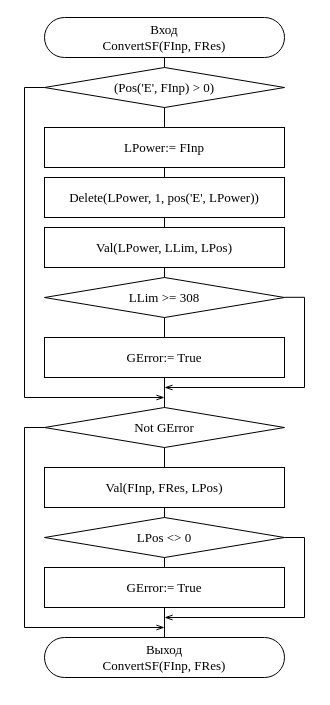
Hummel009/Delphi-Projects keeps this draw.io diagram as page "ConvertSF" (6 of 17) of OAiP/Course/Scheme/Alg.drawio. Above is the earlier version. Source tidied: cells renumbered, new cells numbered last; positions are measured from the earlier drawing's top-left corner, leaving out a move shared by most shapes. Both pictures are drawn from the tidied source at 100%, with x=0, y=0 at pixel (24, 17).
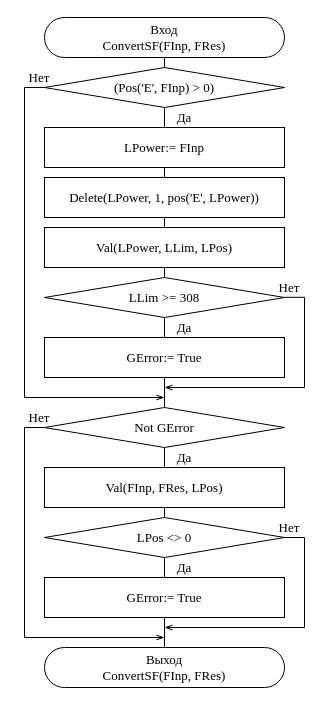
After the change.

Unchanged cells that the change refers to:
```xml
<mxCell id="14" value="Not GError" style="rhombus;whiteSpace=wrap;html=1;rounded=0;strokeWidth=1;fontFamily=Times New Roman;fontSize=13;" parent="1" vertex="1">
  <mxGeometry x="20" y="390" width="240" height="40" as="geometry" />
</mxCell>
<mxCell id="15" value="LPos &amp;lt;&amp;gt; 0" style="rhombus;whiteSpace=wrap;html=1;rounded=0;strokeWidth=1;fontFamily=Times New Roman;fontSize=13;" parent="1" vertex="1">
  <mxGeometry x="20" y="500" width="240" height="40" as="geometry" />
</mxCell>
```

The edit, as a diff of the source:
```diff
@@
     <mxCell id="7" value="&lt;span style=&quot;font-size: 13px&quot;&gt;Выход&lt;/span&gt;&lt;br style=&quot;font-size: 13px&quot;&gt;ConvertSF(FInp, FRes)" style="rounded=1;whiteSpace=wrap;html=1;arcSize=50;fontFamily=Times New Roman;fontSize=13;" parent="1" vertex="1">
-      <mxGeometry x="20" y="620" width="240" height="40" as="geometry" />
+      <mxGeometry x="20" y="630" width="240" height="40" as="geometry" />
     </mxCell>
@@
     <mxCell id="16" value="GError:= True" style="rounded=0;whiteSpace=wrap;html=1;fontSize=13;fontFamily=Times New Roman;" parent="1" vertex="1">
-      <mxGeometry x="20" y="550" width="240" height="40" as="geometry" />
+      <mxGeometry x="20" y="560" width="240" height="40" as="geometry" />
     </mxCell>
     <mxCell id="17" style="endArrow=openThin;html=1;fontFamily=Courier New;fontSize=13;endFill=0;exitX=1;exitY=0.5;exitDx=0;exitDy=0;rounded=0;edgeStyle=orthogonalEdgeStyle;" parent="1" edge="1" source="15">
       <mxGeometry relative="1" as="geometry">
-        <mxPoint x="140" y="600" as="targetPoint" />
+        <mxPoint x="140" y="610" as="targetPoint" />
         <Array as="points">
           <mxPoint x="280" y="520" />
-          <mxPoint x="280" y="600" />
-          <mxPoint x="140" y="600" />
+          <mxPoint x="280" y="610" />
+          <mxPoint x="140" y="610" />
         </Array>
       </mxGeometry>
     </mxCell>
     <mxCell id="18" style="endArrow=openThin;html=1;fontFamily=Courier New;fontSize=13;endFill=0;exitX=0;exitY=0.5;exitDx=0;exitDy=0;rounded=0;edgeStyle=orthogonalEdgeStyle;" parent="1" edge="1" source="14">
       <mxGeometry relative="1" as="geometry">
-        <mxPoint x="140" y="610" as="targetPoint" />
+        <mxPoint x="140" y="620" as="targetPoint" />
         <Array as="points">
           <mxPoint y="410" />
-          <mxPoint y="610" />
-          <mxPoint x="140" y="610" />
+          <mxPoint y="620" />
+          <mxPoint x="140" y="620" />
         </Array>
       </mxGeometry>
     </mxCell>
+    <mxCell id="19" value="Да" style="text;html=1;strokeColor=none;fillColor=none;align=center;verticalAlign=middle;whiteSpace=wrap;rounded=0;fontSize=13;fontFamily=Times New Roman;" parent="1" vertex="1">
+      <mxGeometry x="140" y="90" width="40" height="20" as="geometry" />
+    </mxCell>
+    <mxCell id="20" value="Да" style="text;html=1;strokeColor=none;fillColor=none;align=center;verticalAlign=middle;whiteSpace=wrap;rounded=0;fontSize=13;fontFamily=Times New Roman;" parent="1" vertex="1">
+      <mxGeometry x="140" y="300" width="40" height="20" as="geometry" />
+    </mxCell>
+    <mxCell id="21" value="Да" style="text;html=1;strokeColor=none;fillColor=none;align=center;verticalAlign=middle;whiteSpace=wrap;rounded=0;fontSize=13;fontFamily=Times New Roman;" parent="1" vertex="1">
+      <mxGeometry x="140" y="430" width="40" height="20" as="geometry" />
+    </mxCell>
+    <mxCell id="22" value="Да" style="text;html=1;strokeColor=none;fillColor=none;align=center;verticalAlign=middle;whiteSpace=wrap;rounded=0;fontSize=13;fontFamily=Times New Roman;" parent="1" vertex="1">
+      <mxGeometry x="140" y="540" width="40" height="20" as="geometry" />
+    </mxCell>
+    <mxCell id="23" value="Нет" style="text;html=1;strokeColor=none;fillColor=none;align=center;verticalAlign=middle;whiteSpace=wrap;rounded=0;fontSize=13;fontFamily=Times New Roman;" parent="1" vertex="1">
+      <mxGeometry x="250" y="500" width="30" height="20" as="geometry" />
+    </mxCell>
+    <mxCell id="24" value="Нет" style="text;html=1;strokeColor=none;fillColor=none;align=center;verticalAlign=middle;whiteSpace=wrap;rounded=0;fontSize=13;fontFamily=Times New Roman;" parent="1" vertex="1">
+      <mxGeometry y="390" width="30" height="20" as="geometry" />
+    </mxCell>
+    <mxCell id="25" value="Нет" style="text;html=1;strokeColor=none;fillColor=none;align=center;verticalAlign=middle;whiteSpace=wrap;rounded=0;fontSize=13;fontFamily=Times New Roman;" parent="1" vertex="1">
+      <mxGeometry x="250" y="260" width="30" height="20" as="geometry" />
+    </mxCell>
+    <mxCell id="26" value="Нет" style="text;html=1;strokeColor=none;fillColor=none;align=center;verticalAlign=middle;whiteSpace=wrap;rounded=0;fontSize=13;fontFamily=Times New Roman;" parent="1" vertex="1">
+      <mxGeometry y="50" width="30" height="20" as="geometry" />
+    </mxCell>
```
